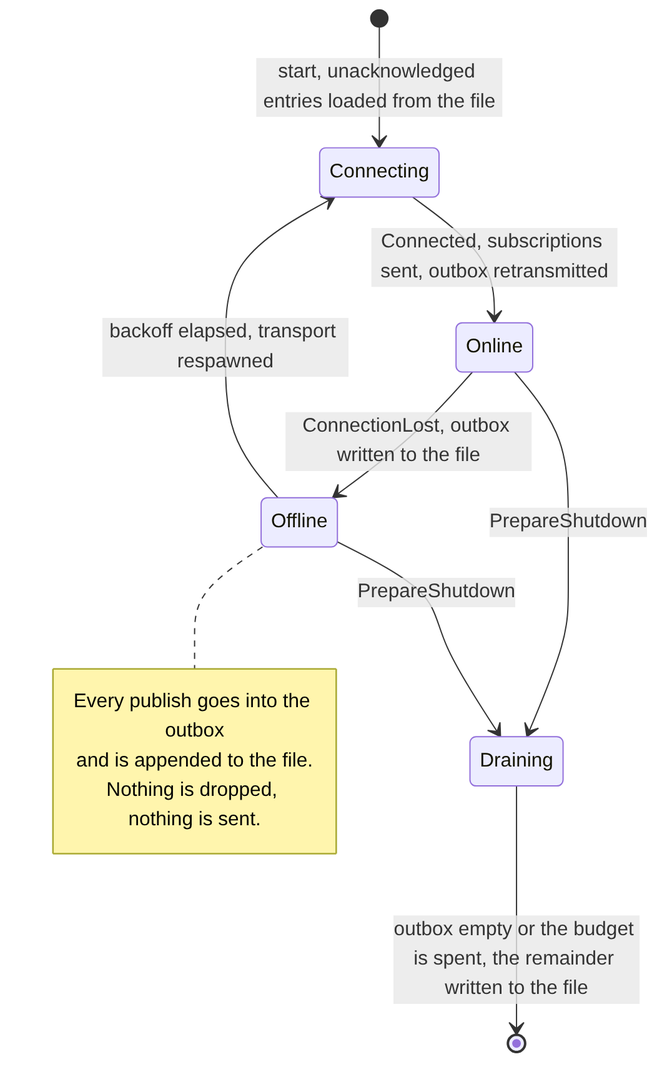
The Mermaid diagram docs/architecture/sequences/general/cassini_client_facade_states.png in cmu-sei/Polar, before a commit. Its source is kept beside it as docs/architecture/sequences/general/cassini_client_facade_states.mmd.
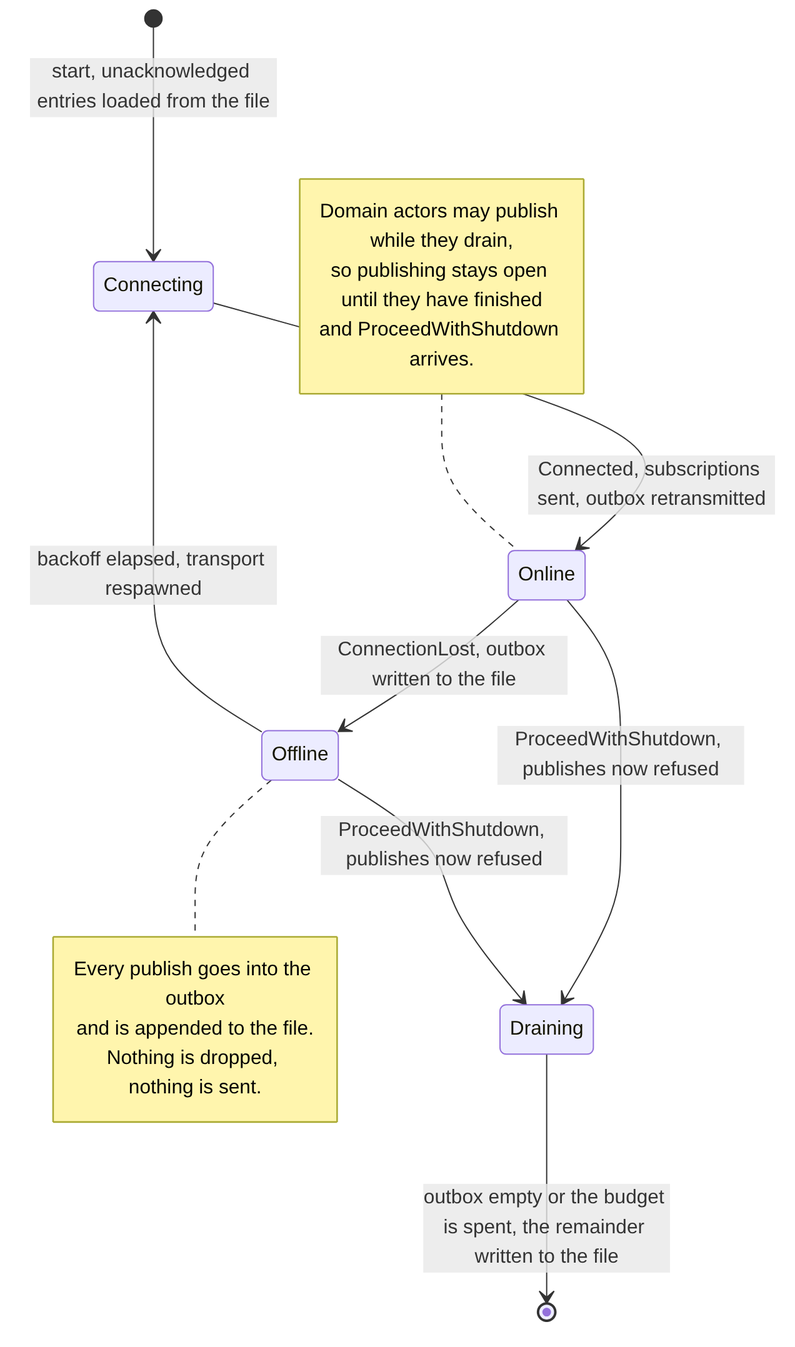
After the change.

Commit message:
docs: the Cassini client design acknowledges per message, and drains at ProceedWithShutdown

Change to the diagram source:
```diff
@@ -3,9 +3,15 @@
     Connecting --> Online: Connected, subscriptions sent, outbox retransmitted
     Online --> Offline: ConnectionLost, outbox written to the file
     Offline --> Connecting: backoff elapsed, transport respawned
-    Online --> Draining: PrepareShutdown
-    Offline --> Draining: PrepareShutdown
+    Online --> Draining: ProceedWithShutdown, publishes now refused
+    Offline --> Draining: ProceedWithShutdown, publishes now refused
     Draining --> [*]: outbox empty or the budget is spent, the remainder written to the file
+
+    note left of Online
+        Domain actors may publish while they drain,
+        so publishing stays open until they have finished
+        and ProceedWithShutdown arrives.
+    end note
 
     note right of Offline
         Every publish goes into the outbox
```
